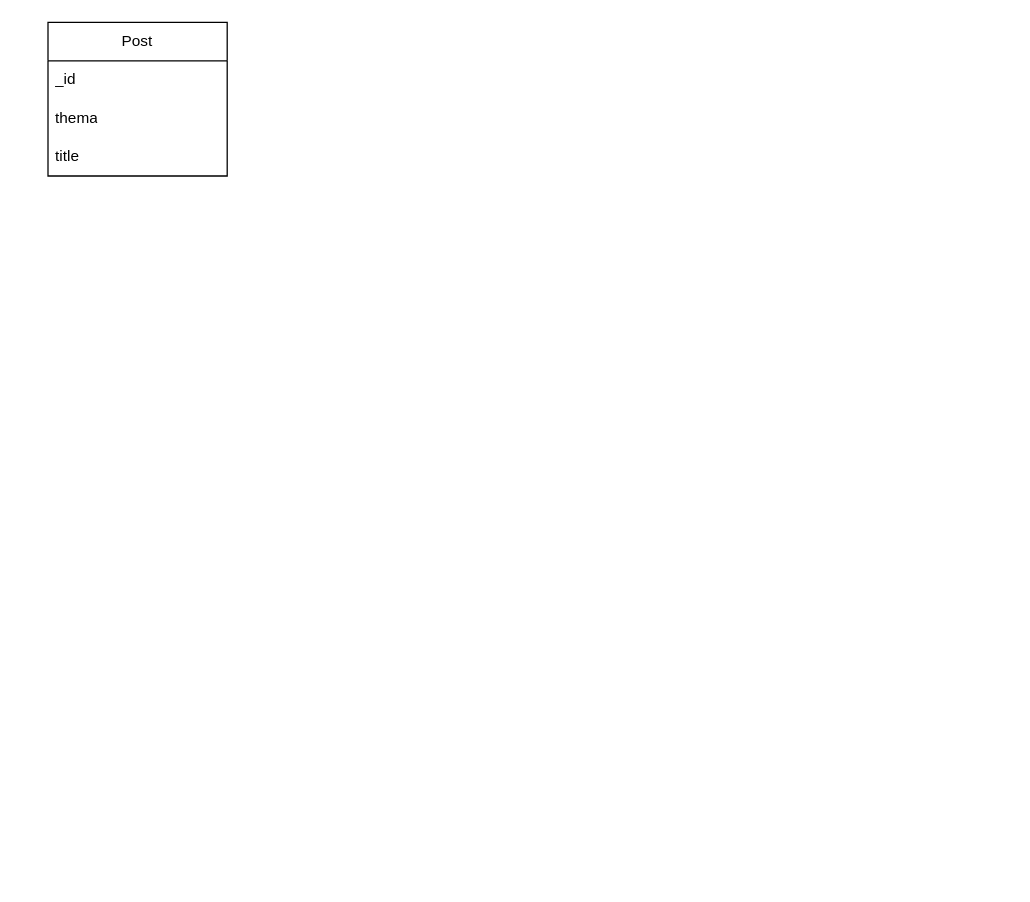
bergam99/chauvet-2 keeps this draw.io diagram as modelisation.drawio. Above is the earlier version. Source tidied: cells renumbered, new cells numbered last; positions are measured from the earlier drawing's top-left corner, leaving out a move shared by most shapes. Both pictures are drawn from the tidied source at 128%, with x=0, y=0 at pixel (47, 22).
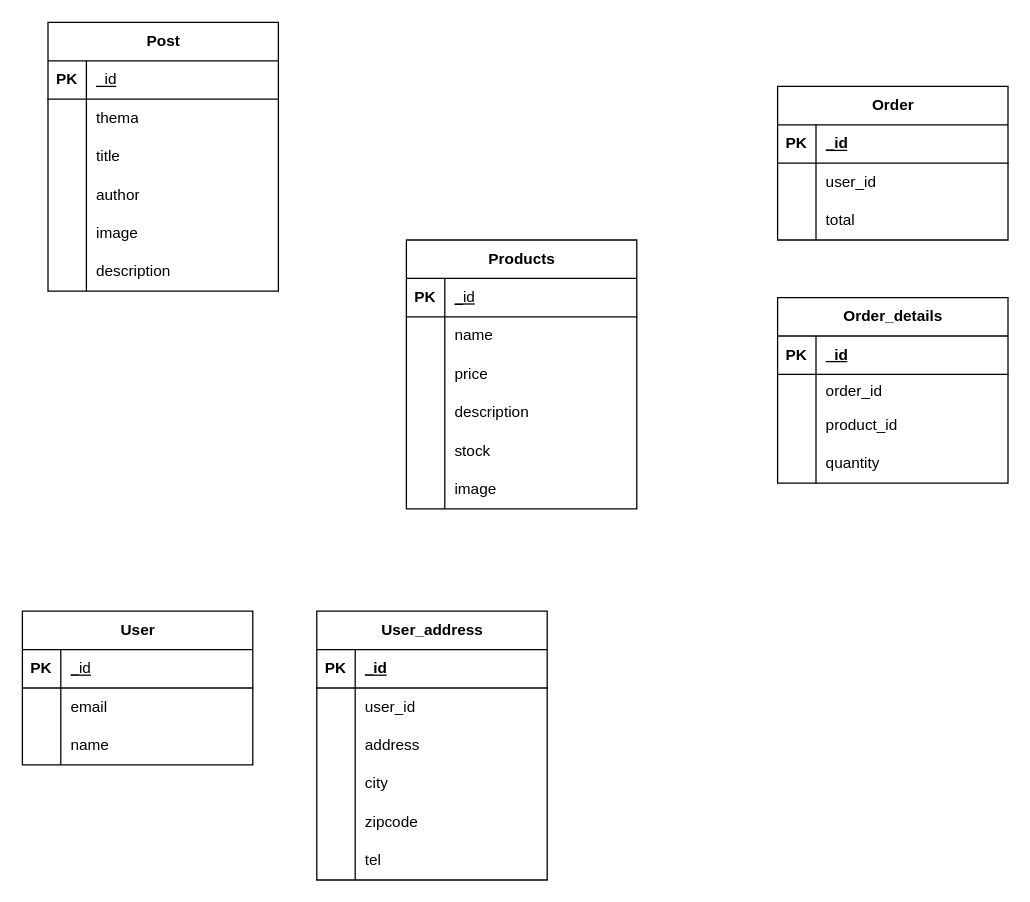
After the change.

Commit message (it also covers changes not shown here):
Mettre à jour modelisation.drawio

Change to the diagram source:
```diff
@@
-    <mxCell id="2" value="Post" style="swimlane;fontStyle=0;horizontal=1;startSize=30;whiteSpace=wrap;html=1;" parent="1" vertex="1">
-      <mxGeometry width="140" height="120" as="geometry" />
+    <mxCell id="2" value="Post" style="shape=table;startSize=30;childLayout=tableLayout;rowLines=0;fontStyle=1;align=center;html=1;" parent="1" vertex="1">
+      <mxGeometry width="180" height="210" as="geometry" />
     </mxCell>
-    <mxCell id="3" value="_id" style="text;strokeColor=none;fillColor=none;align=left;verticalAlign=middle;spacingLeft=4;spacingRight=4;overflow=hidden;whiteSpace=wrap;html=1;" parent="2" vertex="1">
-      <mxGeometry y="30" width="140" height="30" as="geometry" />
-    </mxCell>
+    <mxCell id="6" style="shape=tableRow;horizontal=0;startSize=0;swimlaneHead=0;swimlaneBody=0;fillColor=none;top=0;left=0;right=0;bottom=1;" parent="2" vertex="1">
+      <mxGeometry y="30" width="180" height="30" as="geometry" />
+    </mxCell>
+    <mxCell id="7" value="PK" style="shape=partialRectangle;fillColor=none;top=0;left=0;bottom=0;right=0;fontStyle=1;overflow=hidden;whiteSpace=wrap;html=1;" parent="6" vertex="1">
+      <mxGeometry width="30" height="30" as="geometry" />
+    </mxCell>
+    <mxCell id="8" value="&lt;span style=&quot;font-weight: normal;&quot;&gt;_id&lt;/span&gt;" style="shape=partialRectangle;fillColor=none;top=0;left=0;bottom=0;right=0;align=left;spacingLeft=6;fontStyle=5;overflow=hidden;whiteSpace=wrap;html=1;" parent="6" vertex="1">
+      <mxGeometry x="30" width="150" height="30" as="geometry" />
+    </mxCell>
+    <mxCell id="9" style="shape=tableRow;horizontal=0;startSize=0;swimlaneHead=0;swimlaneBody=0;fillColor=none;top=0;left=0;right=0;bottom=0;" parent="2" vertex="1">
+      <mxGeometry y="60" width="180" height="30" as="geometry" />
+    </mxCell>
+    <mxCell id="10" style="shape=partialRectangle;fillColor=none;top=0;left=0;bottom=0;right=0;overflow=hidden;whiteSpace=wrap;html=1;" parent="9" vertex="1">
+      <mxGeometry width="30" height="30" as="geometry" />
+    </mxCell>
-    <mxCell id="4" value="thema" style="text;strokeColor=none;fillColor=none;align=left;verticalAlign=middle;spacingLeft=4;spacingRight=4;overflow=hidden;whiteSpace=wrap;html=1;" parent="2" vertex="1">
-      <mxGeometry y="60" width="140" height="30" as="geometry" />
+    <mxCell id="4" value="thema" style="shape=partialRectangle;fillColor=none;top=0;left=0;bottom=0;right=0;align=left;spacingLeft=6;overflow=hidden;whiteSpace=wrap;html=1;" parent="9" vertex="1">
+      <mxGeometry x="30" width="150" height="30" as="geometry" />
     </mxCell>
+    <mxCell id="11" style="shape=tableRow;horizontal=0;startSize=0;swimlaneHead=0;swimlaneBody=0;fillColor=none;top=0;left=0;right=0;bottom=0;" parent="2" vertex="1">
+      <mxGeometry y="90" width="180" height="30" as="geometry" />
+    </mxCell>
+    <mxCell id="12" style="shape=partialRectangle;fillColor=none;top=0;left=0;bottom=0;right=0;overflow=hidden;whiteSpace=wrap;html=1;" parent="11" vertex="1">
+      <mxGeometry width="30" height="30" as="geometry" />
+    </mxCell>
-    <mxCell id="5" value="title" style="text;strokeColor=none;fillColor=none;align=left;verticalAlign=middle;spacingLeft=4;spacingRight=4;overflow=hidden;whiteSpace=wrap;html=1;" parent="2" vertex="1">
-      <mxGeometry y="90" width="140" height="30" as="geometry" />
+    <mxCell id="5" value="title" style="shape=partialRectangle;fillColor=none;top=0;left=0;bottom=0;right=0;align=left;spacingLeft=6;overflow=hidden;whiteSpace=wrap;html=1;" parent="11" vertex="1">
+      <mxGeometry x="30" width="150" height="30" as="geometry" />
     </mxCell>
+    <mxCell id="13" style="shape=tableRow;horizontal=0;startSize=0;swimlaneHead=0;swimlaneBody=0;fillColor=none;top=0;left=0;right=0;bottom=0;" parent="2" vertex="1">
+      <mxGeometry y="120" width="180" height="30" as="geometry" />
+    </mxCell>
+    <mxCell id="14" style="shape=partialRectangle;fillColor=none;top=0;left=0;bottom=0;right=0;overflow=hidden;whiteSpace=wrap;html=1;" parent="13" vertex="1">
+      <mxGeometry width="30" height="30" as="geometry" />
+    </mxCell>
+    <mxCell id="15" value="author" style="shape=partialRectangle;fillColor=none;top=0;left=0;bottom=0;right=0;align=left;spacingLeft=6;overflow=hidden;whiteSpace=wrap;html=1;" parent="13" vertex="1">
+      <mxGeometry x="30" width="150" height="30" as="geometry" />
+    </mxCell>
+    <mxCell id="16" style="shape=tableRow;horizontal=0;startSize=0;swimlaneHead=0;swimlaneBody=0;fillColor=none;top=0;left=0;right=0;bottom=0;" parent="2" vertex="1">
+      <mxGeometry y="150" width="180" height="30" as="geometry" />
+    </mxCell>
+    <mxCell id="17" style="shape=partialRectangle;fillColor=none;top=0;left=0;bottom=0;right=0;overflow=hidden;whiteSpace=wrap;html=1;" parent="16" vertex="1">
+      <mxGeometry width="30" height="30" as="geometry" />
+    </mxCell>
+    <mxCell id="18" value="image" style="shape=partialRectangle;fillColor=none;top=0;left=0;bottom=0;right=0;align=left;spacingLeft=6;overflow=hidden;whiteSpace=wrap;html=1;" parent="16" vertex="1">
+      <mxGeometry x="30" width="150" height="30" as="geometry" />
+    </mxCell>
+    <mxCell id="19" style="shape=tableRow;horizontal=0;startSize=0;swimlaneHead=0;swimlaneBody=0;fillColor=none;top=0;left=0;right=0;bottom=0;" parent="2" vertex="1">
+      <mxGeometry y="180" width="180" height="30" as="geometry" />
+    </mxCell>
+    <mxCell id="20" style="shape=partialRectangle;fillColor=none;top=0;left=0;bottom=0;right=0;overflow=hidden;whiteSpace=wrap;html=1;" parent="19" vertex="1">
+      <mxGeometry width="30" height="30" as="geometry" />
+    </mxCell>
+    <mxCell id="21" value="description" style="shape=partialRectangle;fillColor=none;top=0;left=0;bottom=0;right=0;align=left;spacingLeft=6;overflow=hidden;whiteSpace=wrap;html=1;" parent="19" vertex="1">
+      <mxGeometry x="30" width="150" height="30" as="geometry" />
+    </mxCell>
+    <mxCell id="22" value="Products" style="shape=table;startSize=30;childLayout=tableLayout;rowLines=0;fontStyle=1;align=center;html=1;" parent="1" vertex="1">
+      <mxGeometry x="280" y="170" width="180" height="210" as="geometry" />
+    </mxCell>
+    <mxCell id="23" style="shape=tableRow;horizontal=0;startSize=0;swimlaneHead=0;swimlaneBody=0;fillColor=none;top=0;left=0;right=0;bottom=1;" parent="22" vertex="1">
+      <mxGeometry y="30" width="180" height="30" as="geometry" />
+    </mxCell>
+    <mxCell id="24" value="PK" style="shape=partialRectangle;fillColor=none;top=0;left=0;bottom=0;right=0;fontStyle=1;overflow=hidden;whiteSpace=wrap;html=1;" parent="23" vertex="1">
+      <mxGeometry width="30" height="30" as="geometry" />
+    </mxCell>
+    <mxCell id="25" value="&lt;span style=&quot;font-weight: normal;&quot;&gt;_id&lt;/span&gt;" style="shape=partialRectangle;fillColor=none;top=0;left=0;bottom=0;right=0;align=left;spacingLeft=6;fontStyle=5;overflow=hidden;whiteSpace=wrap;html=1;" parent="23" vertex="1">
+      <mxGeometry x="30" width="150" height="30" as="geometry" />
+    </mxCell>
+    <mxCell id="26" style="shape=tableRow;horizontal=0;startSize=0;swimlaneHead=0;swimlaneBody=0;fillColor=none;top=0;left=0;right=0;bottom=0;" parent="22" vertex="1">
+      <mxGeometry y="60" width="180" height="30" as="geometry" />
+    </mxCell>
+    <mxCell id="27" style="shape=partialRectangle;fillColor=none;top=0;left=0;bottom=0;right=0;overflow=hidden;whiteSpace=wrap;html=1;" parent="26" vertex="1">
+      <mxGeometry width="30" height="30" as="geometry" />
+    </mxCell>
+    <mxCell id="28" value="name" style="shape=partialRectangle;fillColor=none;top=0;left=0;bottom=0;right=0;align=left;spacingLeft=6;overflow=hidden;whiteSpace=wrap;html=1;" parent="26" vertex="1">
+      <mxGeometry x="30" width="150" height="30" as="geometry" />
+    </mxCell>
+    <mxCell id="29" style="shape=tableRow;horizontal=0;startSize=0;swimlaneHead=0;swimlaneBody=0;fillColor=none;top=0;left=0;right=0;bottom=0;" parent="22" vertex="1">
+      <mxGeometry y="90" width="180" height="30" as="geometry" />
+    </mxCell>
+    <mxCell id="30" style="shape=partialRectangle;fillColor=none;top=0;left=0;bottom=0;right=0;overflow=hidden;whiteSpace=wrap;html=1;" parent="29" vertex="1">
+      <mxGeometry width="30" height="30" as="geometry" />
+    </mxCell>
+    <mxCell id="31" value="price" style="shape=partialRectangle;fillColor=none;top=0;left=0;bottom=0;right=0;align=left;spacingLeft=6;overflow=hidden;whiteSpace=wrap;html=1;" parent="29" vertex="1">
+      <mxGeometry x="30" width="150" height="30" as="geometry" />
+    </mxCell>
+    <mxCell id="32" style="shape=tableRow;horizontal=0;startSize=0;swimlaneHead=0;swimlaneBody=0;fillColor=none;top=0;left=0;right=0;bottom=0;" parent="22" vertex="1">
+      <mxGeometry y="120" width="180" height="30" as="geometry" />
+    </mxCell>
+    <mxCell id="33" style="shape=partialRectangle;fillColor=none;top=0;left=0;bottom=0;right=0;overflow=hidden;whiteSpace=wrap;html=1;" parent="32" vertex="1">
+      <mxGeometry width="30" height="30" as="geometry" />
+    </mxCell>
+    <mxCell id="34" value="description" style="shape=partialRectangle;fillColor=none;top=0;left=0;bottom=0;right=0;align=left;spacingLeft=6;overflow=hidden;whiteSpace=wrap;html=1;" parent="32" vertex="1">
+      <mxGeometry x="30" width="150" height="30" as="geometry" />
+    </mxCell>
+    <mxCell id="35" style="shape=tableRow;horizontal=0;startSize=0;swimlaneHead=0;swimlaneBody=0;fillColor=none;top=0;left=0;right=0;bottom=0;" parent="22" vertex="1">
+      <mxGeometry y="150" width="180" height="30" as="geometry" />
+    </mxCell>
+    <mxCell id="36" style="shape=partialRectangle;fillColor=none;top=0;left=0;bottom=0;right=0;overflow=hidden;whiteSpace=wrap;html=1;" parent="35" vertex="1">
+      <mxGeometry width="30" height="30" as="geometry" />
+    </mxCell>
+    <mxCell id="37" value="stock" style="shape=partialRectangle;fillColor=none;top=0;left=0;bottom=0;right=0;align=left;spacingLeft=6;overflow=hidden;whiteSpace=wrap;html=1;" parent="35" vertex="1">
+      <mxGeometry x="30" width="150" height="30" as="geometry" />
+    </mxCell>
+    <mxCell id="38" style="shape=tableRow;horizontal=0;startSize=0;swimlaneHead=0;swimlaneBody=0;fillColor=none;top=0;left=0;right=0;bottom=0;" parent="22" vertex="1">
+      <mxGeometry y="180" width="180" height="30" as="geometry" />
+    </mxCell>
+    <mxCell id="39" style="shape=partialRectangle;fillColor=none;top=0;left=0;bottom=0;right=0;overflow=hidden;whiteSpace=wrap;html=1;" parent="38" vertex="1">
+      <mxGeometry width="30" height="30" as="geometry" />
+    </mxCell>
+    <mxCell id="40" value="image" style="shape=partialRectangle;fillColor=none;top=0;left=0;bottom=0;right=0;align=left;spacingLeft=6;overflow=hidden;whiteSpace=wrap;html=1;" parent="38" vertex="1">
+      <mxGeometry x="30" width="150" height="30" as="geometry" />
+    </mxCell>
+    <mxCell id="41" value="User" style="shape=table;startSize=30;childLayout=tableLayout;rowLines=0;fontStyle=1;align=center;html=1;" parent="1" vertex="1">
+      <mxGeometry x="-20" y="460" width="180" height="120" as="geometry" />
+    </mxCell>
+    <mxCell id="42" style="shape=tableRow;horizontal=0;startSize=0;swimlaneHead=0;swimlaneBody=0;fillColor=none;top=0;left=0;right=0;bottom=1;" parent="41" vertex="1">
+      <mxGeometry y="30" width="180" height="30" as="geometry" />
+    </mxCell>
+    <mxCell id="43" value="PK" style="shape=partialRectangle;fillColor=none;top=0;left=0;bottom=0;right=0;fontStyle=1;overflow=hidden;whiteSpace=wrap;html=1;" parent="42" vertex="1">
+      <mxGeometry width="30" height="30" as="geometry" />
+    </mxCell>
+    <mxCell id="44" value="_&lt;span style=&quot;font-weight: normal;&quot;&gt;id&lt;/span&gt;" style="shape=partialRectangle;fillColor=none;top=0;left=0;bottom=0;right=0;align=left;spacingLeft=6;fontStyle=5;overflow=hidden;whiteSpace=wrap;html=1;" parent="42" vertex="1">
+      <mxGeometry x="30" width="150" height="30" as="geometry" />
+    </mxCell>
+    <mxCell id="45" style="shape=tableRow;horizontal=0;startSize=0;swimlaneHead=0;swimlaneBody=0;fillColor=none;top=0;left=0;right=0;bottom=0;" parent="41" vertex="1">
+      <mxGeometry y="60" width="180" height="30" as="geometry" />
+    </mxCell>
+    <mxCell id="46" style="shape=partialRectangle;fillColor=none;top=0;left=0;bottom=0;right=0;overflow=hidden;whiteSpace=wrap;html=1;" parent="45" vertex="1">
+      <mxGeometry width="30" height="30" as="geometry" />
+    </mxCell>
+    <mxCell id="47" value="email" style="shape=partialRectangle;fillColor=none;top=0;left=0;bottom=0;right=0;align=left;spacingLeft=6;overflow=hidden;whiteSpace=wrap;html=1;" parent="45" vertex="1">
+      <mxGeometry x="30" width="150" height="30" as="geometry" />
+    </mxCell>
+    <mxCell id="48" style="shape=tableRow;horizontal=0;startSize=0;swimlaneHead=0;swimlaneBody=0;fillColor=none;top=0;left=0;right=0;bottom=0;" parent="41" vertex="1">
+      <mxGeometry y="90" width="180" height="30" as="geometry" />
+    </mxCell>
+    <mxCell id="49" style="shape=partialRectangle;fillColor=none;top=0;left=0;bottom=0;right=0;overflow=hidden;whiteSpace=wrap;html=1;" parent="48" vertex="1">
+      <mxGeometry width="30" height="30" as="geometry" />
+    </mxCell>
+    <mxCell id="50" value="name" style="shape=partialRectangle;fillColor=none;top=0;left=0;bottom=0;right=0;align=left;spacingLeft=6;overflow=hidden;whiteSpace=wrap;html=1;" parent="48" vertex="1">
+      <mxGeometry x="30" width="150" height="30" as="geometry" />
+    </mxCell>
+    <mxCell id="51" value="User_address" style="shape=table;startSize=30;childLayout=tableLayout;rowLines=0;fontStyle=1;align=center;html=1;" parent="1" vertex="1">
+      <mxGeometry x="210" y="460" width="180" height="210" as="geometry" />
+    </mxCell>
+    <mxCell id="52" style="shape=tableRow;horizontal=0;startSize=0;swimlaneHead=0;swimlaneBody=0;fillColor=none;top=0;left=0;right=0;bottom=1;" parent="51" vertex="1">
+      <mxGeometry y="30" width="180" height="30" as="geometry" />
+    </mxCell>
+    <mxCell id="53" value="PK" style="shape=partialRectangle;fillColor=none;top=0;left=0;bottom=0;right=0;fontStyle=1;overflow=hidden;whiteSpace=wrap;html=1;" parent="52" vertex="1">
+      <mxGeometry width="30" height="30" as="geometry" />
+    </mxCell>
+    <mxCell id="54" value="_id" style="shape=partialRectangle;fillColor=none;top=0;left=0;bottom=0;right=0;align=left;spacingLeft=6;fontStyle=5;overflow=hidden;whiteSpace=wrap;html=1;" parent="52" vertex="1">
+      <mxGeometry x="30" width="150" height="30" as="geometry" />
+    </mxCell>
+    <mxCell id="55" style="shape=tableRow;horizontal=0;startSize=0;swimlaneHead=0;swimlaneBody=0;fillColor=none;top=0;left=0;right=0;bottom=0;" parent="51" vertex="1">
+      <mxGeometry y="60" width="180" height="30" as="geometry" />
+    </mxCell>
+    <mxCell id="56" style="shape=partialRectangle;fillColor=none;top=0;left=0;bottom=0;right=0;overflow=hidden;whiteSpace=wrap;html=1;" parent="55" vertex="1">
+      <mxGeometry width="30" height="30" as="geometry" />
+    </mxCell>
+    <mxCell id="57" value="user_id" style="shape=partialRectangle;fillColor=none;top=0;left=0;bottom=0;right=0;align=left;spacingLeft=6;overflow=hidden;whiteSpace=wrap;html=1;" parent="55" vertex="1">
+      <mxGeometry x="30" width="150" height="30" as="geometry" />
+    </mxCell>
+    <mxCell id="58" style="shape=tableRow;horizontal=0;startSize=0;swimlaneHead=0;swimlaneBody=0;fillColor=none;top=0;left=0;right=0;bottom=0;" parent="51" vertex="1">
+      <mxGeometry y="90" width="180" height="30" as="geometry" />
+    </mxCell>
+    <mxCell id="59" style="shape=partialRectangle;fillColor=none;top=0;left=0;bottom=0;right=0;overflow=hidden;whiteSpace=wrap;html=1;" parent="58" vertex="1">
+      <mxGeometry width="30" height="30" as="geometry" />
+    </mxCell>
+    <mxCell id="60" value="address" style="shape=partialRectangle;fillColor=none;top=0;left=0;bottom=0;right=0;align=left;spacingLeft=6;overflow=hidden;whiteSpace=wrap;html=1;" parent="58" vertex="1">
+      <mxGeometry x="30" width="150" height="30" as="geometry" />
+    </mxCell>
+    <mxCell id="61" style="shape=tableRow;horizontal=0;startSize=0;swimlaneHead=0;swimlaneBody=0;fillColor=none;top=0;left=0;right=0;bottom=0;" parent="51" vertex="1">
+      <mxGeometry y="120" width="180" height="30" as="geometry" />
+    </mxCell>
+    <mxCell id="62" style="shape=partialRectangle;fillColor=none;top=0;left=0;bottom=0;right=0;overflow=hidden;whiteSpace=wrap;html=1;" parent="61" vertex="1">
+      <mxGeometry width="30" height="30" as="geometry" />
+    </mxCell>
+    <mxCell id="63" value="city" style="shape=partialRectangle;fillColor=none;top=0;left=0;bottom=0;right=0;align=left;spacingLeft=6;overflow=hidden;whiteSpace=wrap;html=1;" parent="61" vertex="1">
+      <mxGeometry x="30" width="150" height="30" as="geometry" />
+    </mxCell>
+    <mxCell id="64" style="shape=tableRow;horizontal=0;startSize=0;swimlaneHead=0;swimlaneBody=0;fillColor=none;top=0;left=0;right=0;bottom=0;" parent="51" vertex="1">
+      <mxGeometry y="150" width="180" height="30" as="geometry" />
+    </mxCell>
+    <mxCell id="65" style="shape=partialRectangle;fillColor=none;top=0;left=0;bottom=0;right=0;overflow=hidden;whiteSpace=wrap;html=1;" parent="64" vertex="1">
+      <mxGeometry width="30" height="30" as="geometry" />
+    </mxCell>
+    <mxCell id="66" value="zipcode" style="shape=partialRectangle;fillColor=none;top=0;left=0;bottom=0;right=0;align=left;spacingLeft=6;overflow=hidden;whiteSpace=wrap;html=1;" parent="64" vertex="1">
+      <mxGeometry x="30" width="150" height="30" as="geometry" />
+    </mxCell>
+    <mxCell id="67" style="shape=tableRow;horizontal=0;startSize=0;swimlaneHead=0;swimlaneBody=0;fillColor=none;top=0;left=0;right=0;bottom=0;" parent="51" vertex="1">
+      <mxGeometry y="180" width="180" height="30" as="geometry" />
+    </mxCell>
+    <mxCell id="68" style="shape=partialRectangle;fillColor=none;top=0;left=0;bottom=0;right=0;overflow=hidden;whiteSpace=wrap;html=1;" parent="67" vertex="1">
+      <mxGeometry width="30" height="30" as="geometry" />
+    </mxCell>
+    <mxCell id="69" value="tel" style="shape=partialRectangle;fillColor=none;top=0;left=0;bottom=0;right=0;align=left;spacingLeft=6;overflow=hidden;whiteSpace=wrap;html=1;" parent="67" vertex="1">
+      <mxGeometry x="30" width="150" height="30" as="geometry" />
+    </mxCell>
+    <mxCell id="70" value="Order" style="shape=table;startSize=30;childLayout=tableLayout;rowLines=0;fontStyle=1;align=center;html=1;" parent="1" vertex="1">
+      <mxGeometry x="570" y="50" width="180" height="120" as="geometry" />
+    </mxCell>
+    <mxCell id="71" style="shape=tableRow;horizontal=0;startSize=0;swimlaneHead=0;swimlaneBody=0;fillColor=none;top=0;left=0;right=0;bottom=1;" parent="70" vertex="1">
+      <mxGeometry y="30" width="180" height="30" as="geometry" />
+    </mxCell>
+    <mxCell id="72" value="PK" style="shape=partialRectangle;fillColor=none;top=0;left=0;bottom=0;right=0;fontStyle=1;overflow=hidden;whiteSpace=wrap;html=1;" parent="71" vertex="1">
+      <mxGeometry width="30" height="30" as="geometry" />
+    </mxCell>
+    <mxCell id="73" value="_id" style="shape=partialRectangle;fillColor=none;top=0;left=0;bottom=0;right=0;align=left;spacingLeft=6;fontStyle=5;overflow=hidden;whiteSpace=wrap;html=1;" parent="71" vertex="1">
+      <mxGeometry x="30" width="150" height="30" as="geometry" />
+    </mxCell>
+    <mxCell id="74" style="shape=tableRow;horizontal=0;startSize=0;swimlaneHead=0;swimlaneBody=0;fillColor=none;top=0;left=0;right=0;bottom=0;" parent="70" vertex="1">
+      <mxGeometry y="60" width="180" height="30" as="geometry" />
+    </mxCell>
+    <mxCell id="75" style="shape=partialRectangle;fillColor=none;top=0;left=0;bottom=0;right=0;overflow=hidden;whiteSpace=wrap;html=1;" parent="74" vertex="1">
+      <mxGeometry width="30" height="30" as="geometry" />
+    </mxCell>
+    <mxCell id="76" value="user_id" style="shape=partialRectangle;fillColor=none;top=0;left=0;bottom=0;right=0;align=left;spacingLeft=6;overflow=hidden;whiteSpace=wrap;html=1;" parent="74" vertex="1">
+      <mxGeometry x="30" width="150" height="30" as="geometry" />
+    </mxCell>
+    <mxCell id="77" style="shape=tableRow;horizontal=0;startSize=0;swimlaneHead=0;swimlaneBody=0;fillColor=none;top=0;left=0;right=0;bottom=0;" parent="70" vertex="1">
+      <mxGeometry y="90" width="180" height="30" as="geometry" />
+    </mxCell>
+    <mxCell id="78" style="shape=partialRectangle;fillColor=none;top=0;left=0;bottom=0;right=0;overflow=hidden;whiteSpace=wrap;html=1;" parent="77" vertex="1">
+      <mxGeometry width="30" height="30" as="geometry" />
+    </mxCell>
+    <mxCell id="79" value="total" style="shape=partialRectangle;fillColor=none;top=0;left=0;bottom=0;right=0;align=left;spacingLeft=6;overflow=hidden;whiteSpace=wrap;html=1;" parent="77" vertex="1">
+      <mxGeometry x="30" width="150" height="30" as="geometry" />
+    </mxCell>
+    <mxCell id="80" value="Order_details" style="shape=table;startSize=30;childLayout=tableLayout;rowLines=0;fontStyle=1;align=center;html=1;" parent="1" vertex="1">
+      <mxGeometry x="570" y="215" width="180" height="145" as="geometry" />
+    </mxCell>
+    <mxCell id="81" style="shape=tableRow;horizontal=0;startSize=0;swimlaneHead=0;swimlaneBody=0;fillColor=none;top=0;left=0;right=0;bottom=1;" parent="80" vertex="1">
+      <mxGeometry y="30" width="180" height="30" as="geometry" />
+    </mxCell>
+    <mxCell id="82" value="PK" style="shape=partialRectangle;fillColor=none;top=0;left=0;bottom=0;right=0;fontStyle=1;overflow=hidden;whiteSpace=wrap;html=1;" parent="81" vertex="1">
+      <mxGeometry width="30" height="30" as="geometry" />
+    </mxCell>
+    <mxCell id="83" value="_id" style="shape=partialRectangle;fillColor=none;top=0;left=0;bottom=0;right=0;align=left;spacingLeft=6;fontStyle=5;overflow=hidden;whiteSpace=wrap;html=1;" parent="81" vertex="1">
+      <mxGeometry x="30" width="150" height="30" as="geometry" />
+    </mxCell>
+    <mxCell id="84" style="shape=tableRow;horizontal=0;startSize=0;swimlaneHead=0;swimlaneBody=0;fillColor=none;top=0;left=0;right=0;bottom=0;" parent="80" vertex="1">
+      <mxGeometry y="60" width="180" height="25" as="geometry" />
+    </mxCell>
+    <mxCell id="85" style="shape=partialRectangle;fillColor=none;top=0;left=0;bottom=0;right=0;overflow=hidden;whiteSpace=wrap;html=1;" parent="84" vertex="1">
+      <mxGeometry width="30" height="25" as="geometry" />
+    </mxCell>
+    <mxCell id="86" value="order_id&lt;span style=&quot;white-space: pre;&quot;&gt;&#9;&lt;/span&gt;" style="shape=partialRectangle;fillColor=none;top=0;left=0;bottom=0;right=0;align=left;spacingLeft=6;overflow=hidden;whiteSpace=wrap;html=1;" parent="84" vertex="1">
+      <mxGeometry x="30" width="150" height="25" as="geometry" />
+    </mxCell>
+    <mxCell id="87" style="shape=tableRow;horizontal=0;startSize=0;swimlaneHead=0;swimlaneBody=0;fillColor=none;top=0;left=0;right=0;bottom=0;" parent="80" vertex="1">
+      <mxGeometry y="85" width="180" height="30" as="geometry" />
+    </mxCell>
+    <mxCell id="88" style="shape=partialRectangle;fillColor=none;top=0;left=0;bottom=0;right=0;overflow=hidden;whiteSpace=wrap;html=1;" parent="87" vertex="1">
+      <mxGeometry width="30" height="30" as="geometry" />
+    </mxCell>
+    <mxCell id="89" value="product_id" style="shape=partialRectangle;fillColor=none;top=0;left=0;bottom=0;right=0;align=left;spacingLeft=6;overflow=hidden;whiteSpace=wrap;html=1;" parent="87" vertex="1">
+      <mxGeometry x="30" width="150" height="30" as="geometry" />
+    </mxCell>
+    <mxCell id="90" style="shape=tableRow;horizontal=0;startSize=0;swimlaneHead=0;swimlaneBody=0;fillColor=none;top=0;left=0;right=0;bottom=0;" parent="80" vertex="1">
+      <mxGeometry y="115" width="180" height="30" as="geometry" />
+    </mxCell>
+    <mxCell id="91" style="shape=partialRectangle;fillColor=none;top=0;left=0;bottom=0;right=0;overflow=hidden;whiteSpace=wrap;html=1;" parent="90" vertex="1">
+      <mxGeometry width="30" height="30" as="geometry" />
+    </mxCell>
+    <mxCell id="92" value="quantity" style="shape=partialRectangle;fillColor=none;top=0;left=0;bottom=0;right=0;align=left;spacingLeft=6;overflow=hidden;whiteSpace=wrap;html=1;" parent="90" vertex="1">
+      <mxGeometry x="30" width="150" height="30" as="geometry" />
+    </mxCell>
```
